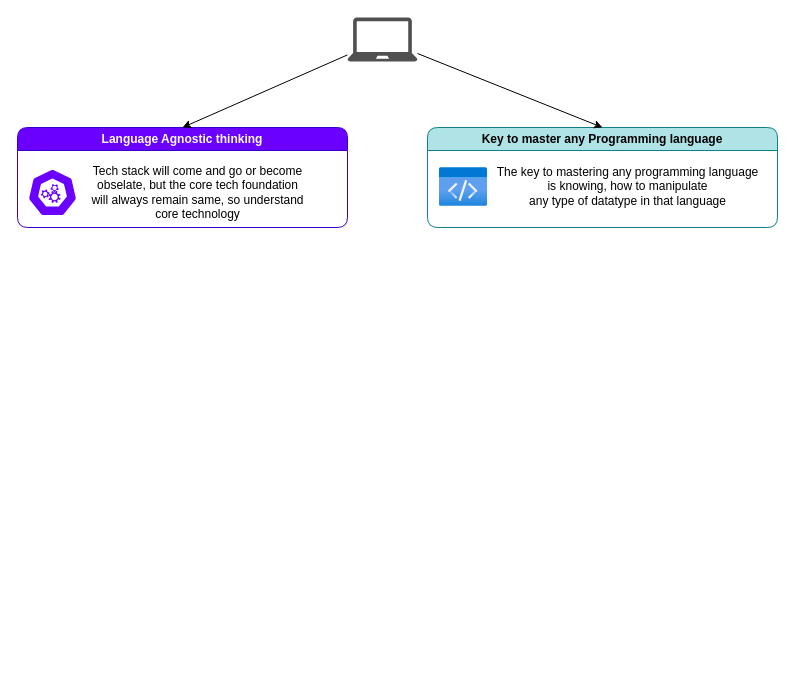
The draw.io diagram core/programming.dio in knkrn5/Programming-Concepts, before the edit. Source tidied: cells renumbered, new cells numbered last; positions are measured from the earlier drawing's top-left corner, leaving out a move shared by most shapes. Both pictures are drawn from the tidied source at 100%, with x=0, y=0 at pixel (17, 17).
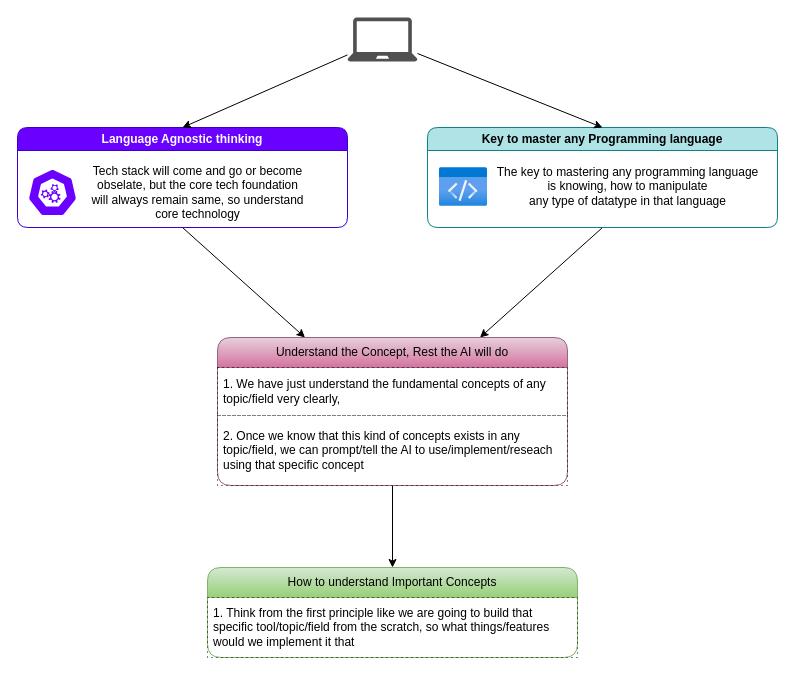
The same page after the edit.

Commit message (it also covers changes not shown here):
Refactor code structure for improved readability and maintainability

The edit, as a diff of the source:
```diff
@@
 <mxGraphModel>
   <root>
     <mxCell id="0" />
     <mxCell id="1" parent="0" />
     <mxCell id="2" style="sketch=0;shadow=0;dashed=0;html=1;strokeColor=none;fillColor=#505050;labelPosition=center;verticalLabelPosition=bottom;verticalAlign=top;outlineConnect=0;align=center;shape=mxgraph.office.devices.laptop;" parent="1" vertex="1">
       <mxGeometry x="330" width="70" height="44" as="geometry" />
     </mxCell>
+    <mxCell id="11" style="edgeStyle=none;html=1;exitX=0.5;exitY=1;exitDx=0;exitDy=0;entryX=0.25;entryY=0;entryDx=0;entryDy=0;flowAnimation=1;" parent="1" edge="1" source="3" target="14">
+      <mxGeometry relative="1" as="geometry" />
+    </mxCell>
     <mxCell id="3" value="Language Agnostic thinking" style="swimlane;whiteSpace=wrap;html=1;rounded=1;fillColor=#6a00ff;fontColor=#ffffff;strokeColor=#3700CC;" parent="1" vertex="1">
       <mxGeometry y="110" width="330" height="100" as="geometry" />
     </mxCell>
     <mxCell id="4" style="sketch=0;html=1;dashed=0;whitespace=wrap;verticalLabelPosition=bottom;verticalAlign=top;fillColor=#6a00ff;strokeColor=#ffffff;shape=mxgraph.kubernetes.icon2;prIcon=api;" parent="3" vertex="1">
       <mxGeometry x="10" y="41" width="50" height="48" as="geometry" />
     </mxCell>
     <mxCell id="5" value="&lt;font style=&quot;color: light-dark(rgb(0, 0, 0), rgb(255, 255, 255));&quot;&gt;Tech stack will come and go or become&lt;/font&gt;&lt;div&gt;&lt;font style=&quot;color: light-dark(rgb(0, 0, 0), rgb(255, 255, 255));&quot;&gt;obselate, but the core tech foundation&lt;/font&gt;&lt;/div&gt;&lt;div&gt;&lt;font style=&quot;color: light-dark(rgb(0, 0, 0), rgb(255, 255, 255));&quot;&gt;will always remain same, so understand&lt;/font&gt;&lt;/div&gt;&lt;div&gt;&lt;font style=&quot;color: light-dark(rgb(0, 0, 0), rgb(255, 255, 255));&quot;&gt;core technology&lt;/font&gt;&lt;/div&gt;" style="text;html=1;align=center;verticalAlign=middle;strokeColor=none;fillColor=none;" parent="3" vertex="1">
       <mxGeometry x="60" y="30" width="240" height="70" as="geometry" />
     </mxCell>
+    <mxCell id="12" style="edgeStyle=none;html=1;exitX=0.5;exitY=1;exitDx=0;exitDy=0;entryX=0.75;entryY=0;entryDx=0;entryDy=0;flowAnimation=1;" parent="1" edge="1" source="6" target="14">
+      <mxGeometry relative="1" as="geometry" />
+    </mxCell>
     <mxCell id="6" value="Key to master any Programming language" style="swimlane;whiteSpace=wrap;html=1;rounded=1;fillColor=#b0e3e6;strokeColor=#0e8088;" parent="1" vertex="1">
       <mxGeometry x="410" y="110" width="350" height="100" as="geometry" />
     </mxCell>
     <mxCell id="7" value="&lt;font style=&quot;color: light-dark(rgb(0, 0, 0), rgb(255, 255, 255));&quot;&gt;The key to mastering any programming language&lt;/font&gt;&lt;div&gt;&lt;font style=&quot;color: light-dark(rgb(0, 0, 0), rgb(255, 255, 255));&quot;&gt;is knowing, how to manipulate&lt;/font&gt;&lt;/div&gt;&lt;div&gt;&lt;font style=&quot;color: light-dark(rgb(0, 0, 0), rgb(255, 255, 255));&quot;&gt;any type of datatype in that language&lt;/font&gt;&lt;/div&gt;" style="text;html=1;align=center;verticalAlign=middle;strokeColor=none;fillColor=none;" parent="6" vertex="1">
       <mxGeometry x="60" y="29" width="280" height="60" as="geometry" />
     </mxCell>
     <mxCell id="8" style="image;html=1;align=center;fontSize=12;image=img/lib/azure2/general/Code.svg;fontColor=light-dark(#000000,#000000);labelBackgroundColor=light-dark(#FFFFFF,#FF3399);imageBackground=none;imageBorder=none;" parent="6" vertex="1">
       <mxGeometry x="12" y="40" width="48" height="39" as="geometry" />
     </mxCell>
     <mxCell id="9" style="endArrow=classic;html=1;entryX=0.5;entryY=0;entryDx=0;entryDy=0;flowAnimation=1;" parent="1" edge="1" source="2" target="3">
       <mxGeometry relative="1" as="geometry" />
     </mxCell>
     <mxCell id="10" style="endArrow=classic;html=1;entryX=0.5;entryY=0;entryDx=0;entryDy=0;flowAnimation=1;" parent="1" edge="1" source="2" target="6">
       <mxGeometry relative="1" as="geometry" />
     </mxCell>
+    <mxCell id="13" style="edgeStyle=none;html=1;exitX=0.5;exitY=1;exitDx=0;exitDy=0;entryX=0.5;entryY=0;entryDx=0;entryDy=0;flowAnimation=1;" parent="1" edge="1" source="14" target="17">
+      <mxGeometry relative="1" as="geometry" />
+    </mxCell>
+    <mxCell id="14" value="Understand the Concept, Rest the AI will do" style="swimlane;fontStyle=0;horizontal=1;startSize=30;whiteSpace=wrap;html=1;rounded=1;fillColor=#e6d0de;gradientColor=#d5739d;strokeColor=#996185;" parent="1" vertex="1">
+      <mxGeometry x="200" y="320" width="350" height="148" as="geometry" />
+    </mxCell>
+    <mxCell id="15" value="&lt;span style=&quot;color: light-dark(rgb(0, 0, 0), rgb(255, 255, 255));&quot;&gt;1. We have just &lt;span style=&quot;background-color: light-dark(rgb(255, 255, 255), rgb(102, 51, 0));&quot;&gt;understand the fundamental concepts of any topic/field&lt;/span&gt; very clearly,&amp;nbsp;&lt;/span&gt;" style="text;strokeColor=default;fillColor=none;align=left;verticalAlign=middle;spacingLeft=4;spacingRight=4;overflow=hidden;whiteSpace=wrap;html=1;dashed=1;dashPattern=1 4;" parent="14" vertex="1">
+      <mxGeometry y="30" width="350" height="48" as="geometry" />
+    </mxCell>
+    <mxCell id="16" value="2. Once we know that this kind of concepts exists in any topic/field, we can &lt;span style=&quot;background-color: light-dark(rgb(255, 255, 255), rgb(102, 0, 51));&quot;&gt;prompt/tell the AI to use/implement/reseach using that specific concept&lt;/span&gt;" style="text;strokeColor=default;fillColor=none;align=left;verticalAlign=middle;spacingLeft=4;spacingRight=4;overflow=hidden;whiteSpace=wrap;html=1;dashed=1;dashPattern=1 4;" parent="14" vertex="1">
+      <mxGeometry y="78" width="350" height="70" as="geometry" />
+    </mxCell>
+    <mxCell id="17" value="How to understand Important Concepts" style="swimlane;fontStyle=0;horizontal=1;startSize=30;whiteSpace=wrap;html=1;rounded=1;fillColor=#d5e8d4;gradientColor=#97d077;strokeColor=#82b366;" parent="1" vertex="1">
+      <mxGeometry x="190" y="550" width="370" height="90" as="geometry" />
+    </mxCell>
+    <mxCell id="18" value="1. Think from the first principle like we are going to build that specific tool/topic/field from the scratch, so what things/features would we implement it that" style="text;strokeColor=default;fillColor=none;align=left;verticalAlign=middle;spacingLeft=4;spacingRight=4;overflow=hidden;whiteSpace=wrap;html=1;dashed=1;dashPattern=1 4;" parent="17" vertex="1">
+      <mxGeometry y="30" width="370" height="60" as="geometry" />
+    </mxCell>
   </root>
 </mxGraphModel>
```
